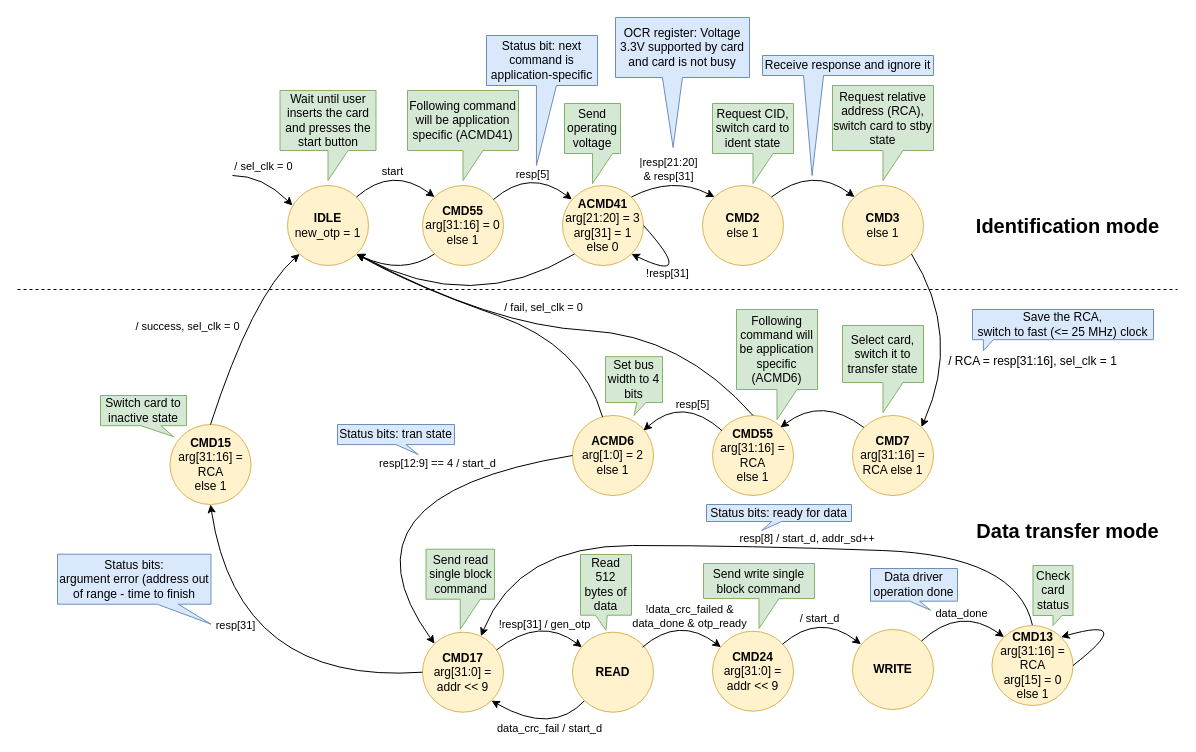
sirazenkov/GhostSD keeps this draw.io diagram as docs/SD/SD_fpga_states.drawio. Above is the earlier version. Source tidied: cells renumbered, new cells numbered last; positions are measured from the earlier drawing's top-left corner, leaving out a move shared by most shapes. Both pictures are drawn from the tidied source at 100%, with x=0, y=0 at pixel (17, 17).
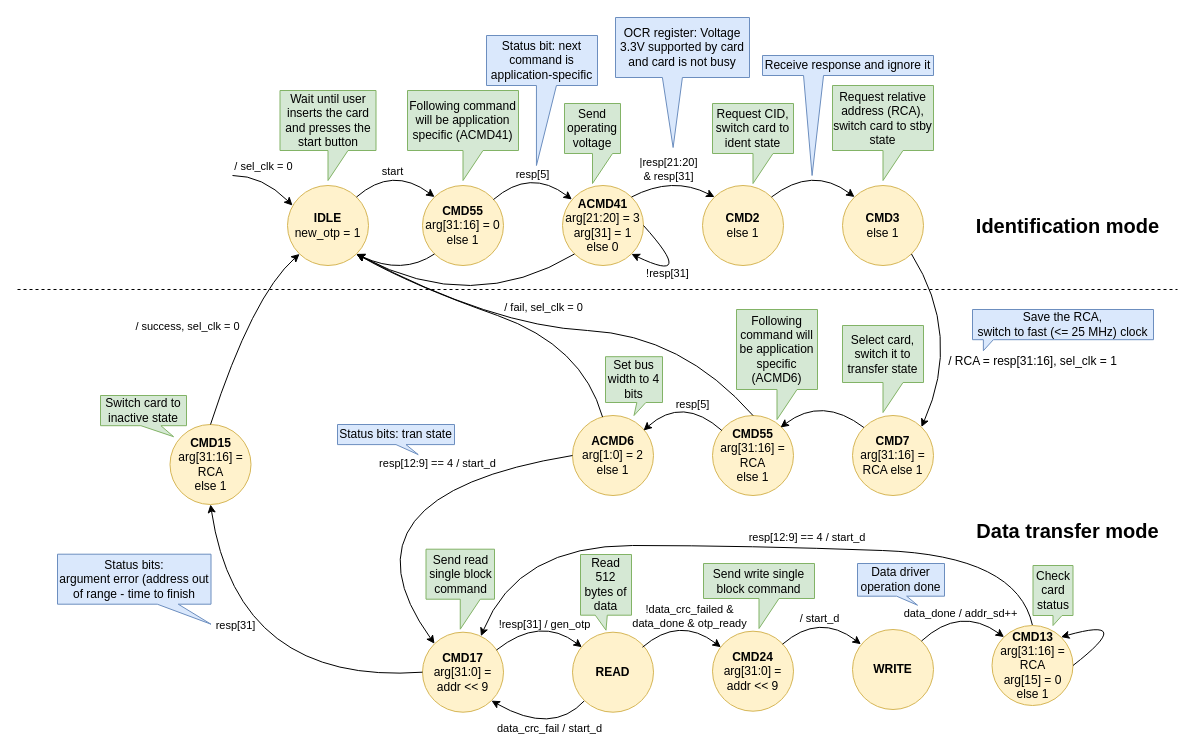
After the change.

Unchanged cells that the change refers to:
```xml
<mxCell id="31" style="curved=1;endArrow=classic;html=1;rounded=0;entryX=0.722;entryY=0.049;entryDx=0;entryDy=0;exitX=0.5;exitY=0;exitDx=0;exitDy=0;entryPerimeter=0;" parent="1" edge="1" source="74" target="25">
  <mxGeometry relative="1" as="geometry">
    <Array as="points">
      <mxPoint x="1000" y="538" />
      <mxPoint x="730" y="528" />
      <mxPoint x="500" y="528" />
    </Array>
  </mxGeometry>
</mxCell>
<mxCell id="75" style="curved=1;endArrow=classic;html=1;rounded=0;entryX=0;entryY=0;entryDx=0;entryDy=0;exitX=1;exitY=0;exitDx=0;exitDy=0;" parent="1" edge="1" source="66" target="74">
  <mxGeometry relative="1" as="geometry">
    <Array as="points">
      <mxPoint x="942.7" y="588" />
    </Array>
  </mxGeometry>
</mxCell>
```

Diff of the diagram source:
```diff
@@
-    <mxCell id="32" value="&amp;nbsp;resp[8] / start_d, addr_sd++" style="edgeLabel;html=1;align=center;verticalAlign=middle;" parent="31" vertex="1">
+    <mxCell id="32" value="&amp;nbsp;resp[12:9] == 4 / start_d" style="edgeLabel;html=1;align=center;verticalAlign=middle;" parent="31" vertex="1">
       <mxGeometry x="-0.22" y="13" relative="1" as="geometry">
-        <mxPoint x="-23" y="-23" as="offset" />
+        <mxPoint x="-23" y="-24" as="offset" />
       </mxGeometry>
     </mxCell>
@@
-    <mxCell id="76" value="data_done" style="edgeLabel;html=1;align=center;verticalAlign=middle;" parent="75" vertex="1">
+    <mxCell id="76" value="data_done / addr_sd++" style="edgeLabel;html=1;align=center;verticalAlign=middle;" parent="75" vertex="1">
       <mxGeometry x="0.14" y="-10" relative="1" as="geometry">
-        <mxPoint y="-6" as="offset" />
+        <mxPoint x="-1" y="-6" as="offset" />
       </mxGeometry>
     </mxCell>
@@
-    <mxCell id="78" value="Status bits: ready for data" style="shape=callout;whiteSpace=wrap;html=1;perimeter=calloutPerimeter;fillColor=#dae8fc;strokeColor=#6c8ebf;size=9;position=0.45;position2=0.38;base=10;" parent="1" vertex="1">
-      <mxGeometry x="689" y="487" width="145" height="26" as="geometry" />
-    </mxCell>
     <mxCell id="79" value="Data driver operation done" style="shape=callout;whiteSpace=wrap;html=1;perimeter=calloutPerimeter;fillColor=#dae8fc;strokeColor=#6c8ebf;size=9;position=0.45;position2=0.69;base=10;" parent="1" vertex="1">
-      <mxGeometry x="853" y="551" width="87" height="41.7" as="geometry" />
+      <mxGeometry x="840" y="546" width="87" height="41.7" as="geometry" />
     </mxCell>
```
